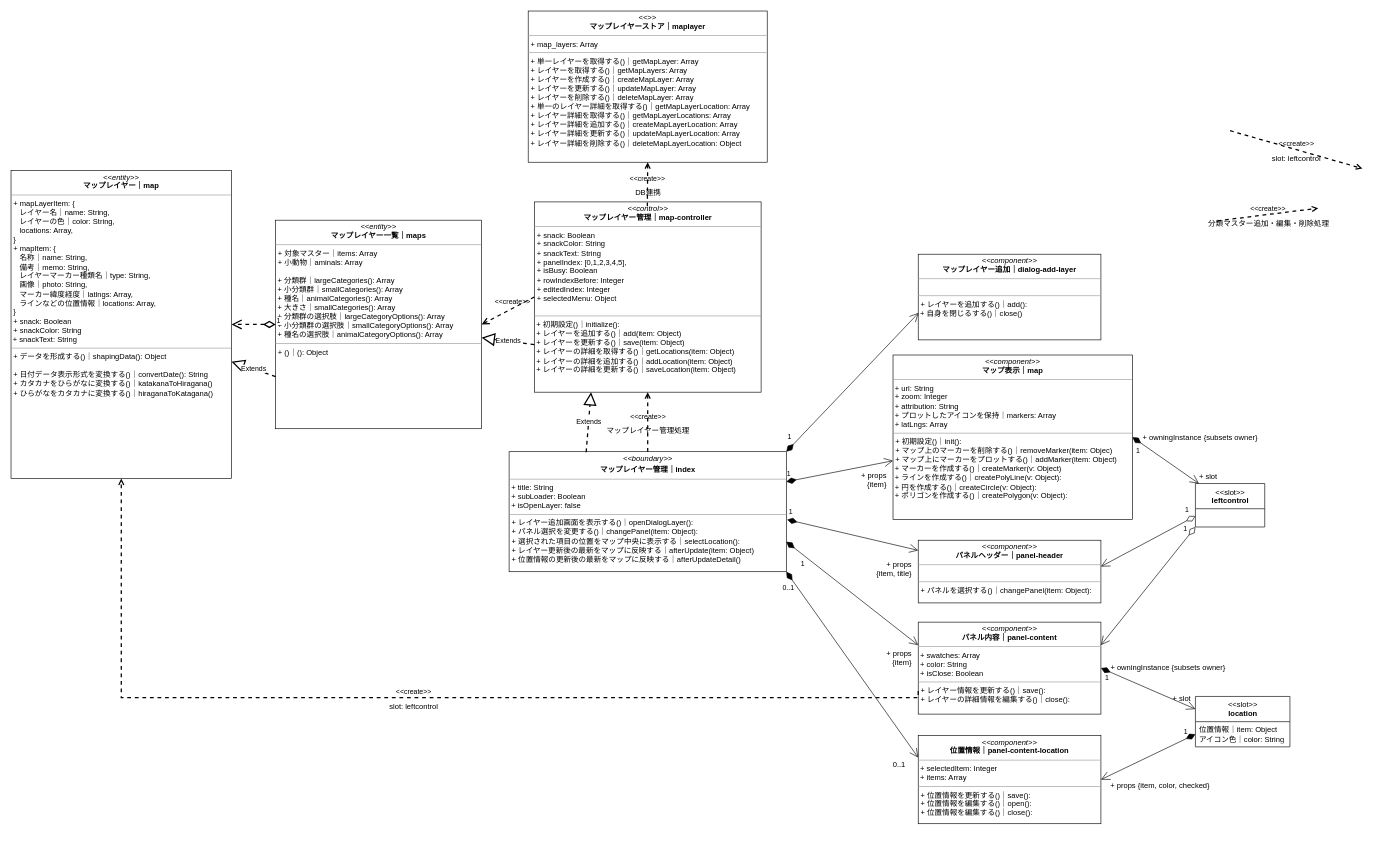
Before: iriomote-anymaps.drawio in kaoru387/draw.io, a draw.io diagram. Source tidied: cells renumbered, new cells numbered last; positions are measured from the earlier drawing's top-left corner, leaving out a move shared by most shapes. Both pictures are drawn from the tidied source at 63%, with x=0, y=0 at pixel (11, 11).
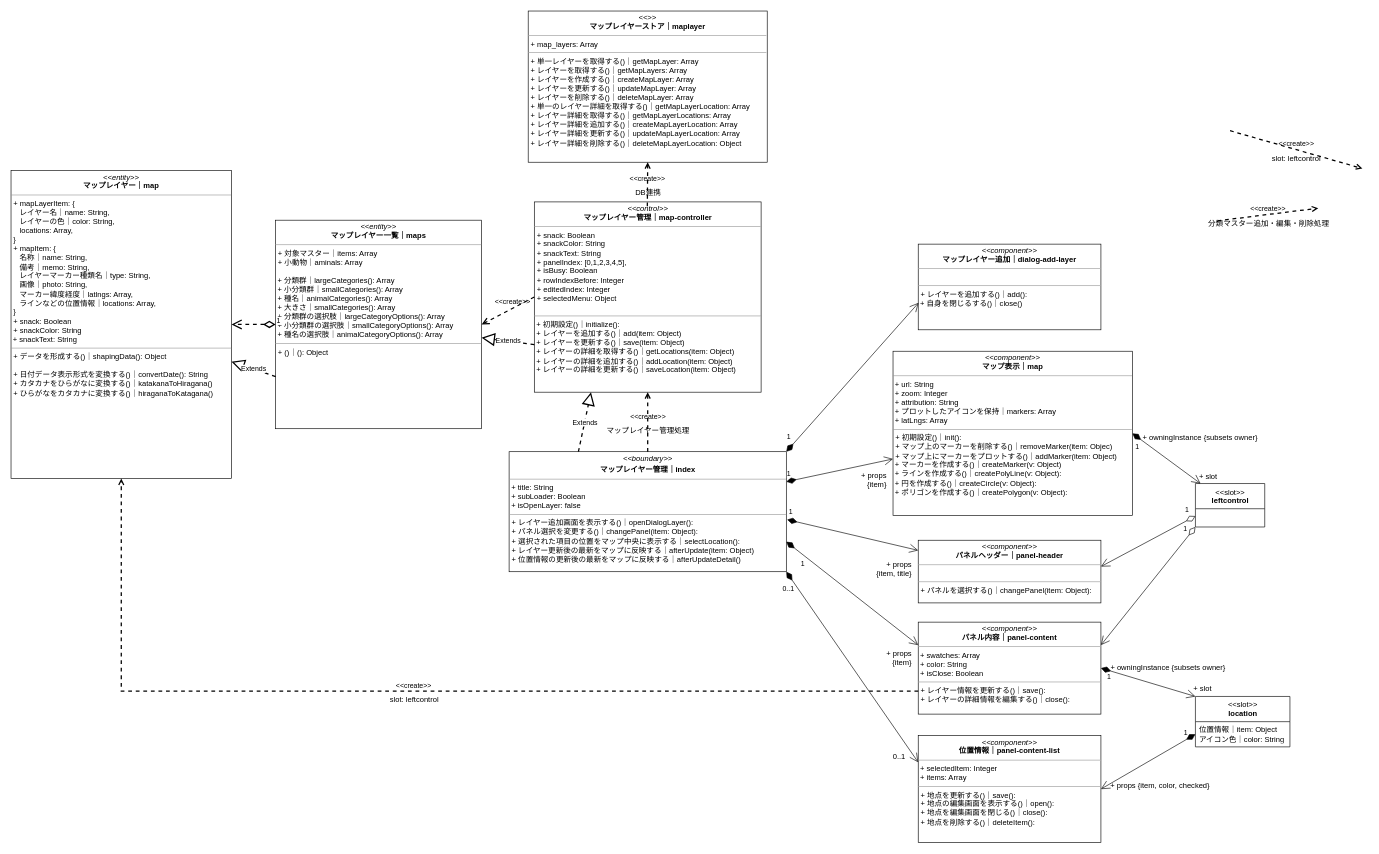
After the change.

Commit message:
iriomote-anymaps.drawio を更新します

The change refers to these unchanged cells:
```xml
<mxCell id="2" value="&lt;p style=&quot;margin:0px;margin-top:4px;text-align:center;&quot;&gt;&lt;i&gt;&amp;lt;&amp;lt;control&amp;gt;&amp;gt;&lt;/i&gt;&lt;br&gt;&lt;b&gt;マップレイヤー管理｜map-controller&lt;/b&gt;&lt;/p&gt;&lt;hr size=&quot;1&quot;&gt;&lt;p style=&quot;margin:0px;margin-left:4px;&quot;&gt;+&amp;nbsp;&lt;span style=&quot;background-color: initial;&quot;&gt;snack: Boolean&lt;/span&gt;&lt;/p&gt;&lt;p style=&quot;margin:0px;margin-left:4px;&quot;&gt;+ snackColor: String&lt;/p&gt;&lt;p style=&quot;margin:0px;margin-left:4px;&quot;&gt;+ snackText: String&lt;/p&gt;&lt;p style=&quot;margin:0px;margin-left:4px;&quot;&gt;+ panelIndex: [0,1,2,3,4,5],&lt;/p&gt;&lt;p style=&quot;margin:0px;margin-left:4px;&quot;&gt;+ isBusy: Boolean&lt;/p&gt;&lt;p style=&quot;margin:0px;margin-left:4px;&quot;&gt;+ rowIndexBefore: Integer&lt;/p&gt;&lt;p style=&quot;margin:0px;margin-left:4px;&quot;&gt;+ editedIndex: Integer&lt;/p&gt;&lt;p style=&quot;margin:0px;margin-left:4px;&quot;&gt;+ selectedMenu: Object&lt;/p&gt;&lt;br&gt;&lt;div&gt;&lt;/div&gt;&lt;hr size=&quot;1&quot;&gt;&lt;p style=&quot;margin:0px;margin-left:4px;&quot;&gt;&lt;/p&gt;&amp;nbsp;+ 初期設定()｜initialize():&amp;nbsp;&lt;br&gt;&amp;nbsp;&lt;span style=&quot;background-color: initial;&quot;&gt;+&amp;nbsp;&lt;/span&gt;レイヤーを追加する()｜&lt;span style=&quot;background-color: initial;&quot;&gt;add(item: Object)&lt;br&gt;&lt;/span&gt;&amp;nbsp;&lt;span style=&quot;background-color: initial;&quot;&gt;+&amp;nbsp;&lt;/span&gt;レイヤーを更新する()｜&lt;span style=&quot;background-color: initial;&quot;&gt;save(item: Object)&lt;/span&gt;&lt;span style=&quot;background-color: initial;&quot;&gt;&lt;br&gt;&lt;/span&gt;&amp;nbsp;&lt;span style=&quot;background-color: initial;&quot;&gt;+&amp;nbsp;&lt;/span&gt;レイヤーの詳細を取得する()｜&lt;span style=&quot;background-color: initial;&quot;&gt;getLocations(item: Object)&lt;br&gt;&lt;/span&gt;&amp;nbsp;&lt;span style=&quot;background-color: initial;&quot;&gt;+&amp;nbsp;&lt;/span&gt;レイヤーの詳細を追加する()｜&lt;span style=&quot;background-color: initial;&quot;&gt;addLocation(item: Object)&lt;br&gt;&lt;/span&gt;&amp;nbsp;&lt;span style=&quot;background-color: initial;&quot;&gt;+&amp;nbsp;&lt;/span&gt;レイヤーの詳細を更新する()｜&lt;span style=&quot;background-color: initial;&quot;&gt;saveLocation(item: Object)&lt;/span&gt;&lt;span style=&quot;background-color: initial;&quot;&gt;&lt;br&gt;&lt;/span&gt;" style="verticalAlign=top;align=left;overflow=fill;fontSize=12;fontFamily=Helvetica;html=1;" parent="1" vertex="1">
  <mxGeometry x="830.6" y="303" width="360" height="302" as="geometry" />
</mxCell>
<mxCell id="3" value="&lt;p style=&quot;margin:0px;margin-top:4px;text-align:center;&quot;&gt;&lt;i&gt;&amp;lt;&amp;lt;entity&amp;gt;&amp;gt;&lt;/i&gt;&lt;br&gt;&lt;b&gt;マップレイヤー｜map&lt;/b&gt;&lt;/p&gt;&lt;hr size=&quot;1&quot;&gt;&lt;p style=&quot;margin:0px;margin-left:4px;&quot;&gt;&lt;span style=&quot;background-color: initial;&quot;&gt;+ mapLayerItem: {&amp;nbsp;&lt;/span&gt;&lt;/p&gt;&lt;p style=&quot;margin:0px;margin-left:4px;&quot;&gt;&lt;span style=&quot;background-color: initial;&quot;&gt;&amp;nbsp; &amp;nbsp;レイヤー名｜name: String,&lt;/span&gt;&lt;br&gt;&lt;/p&gt;&lt;p style=&quot;margin:0px;margin-left:4px;&quot;&gt;&lt;span style=&quot;background-color: initial;&quot;&gt;&amp;nbsp; &amp;nbsp;レイヤーの色｜color: String,&lt;/span&gt;&lt;br&gt;&lt;/p&gt;&lt;p style=&quot;margin:0px;margin-left:4px;&quot;&gt;&lt;span style=&quot;background-color: initial;&quot;&gt;&amp;nbsp; &amp;nbsp;locations: Array,&lt;/span&gt;&lt;br&gt;&lt;/p&gt;&lt;p style=&quot;margin:0px;margin-left:4px;&quot;&gt;}&lt;/p&gt;&lt;p style=&quot;margin: 0px 0px 0px 4px;&quot;&gt;+&amp;nbsp;mapItem: {&lt;/p&gt;&lt;p style=&quot;margin: 0px 0px 0px 4px;&quot;&gt;&amp;nbsp; &amp;nbsp;名称｜name: String,&lt;br&gt;&lt;/p&gt;&lt;p style=&quot;margin: 0px 0px 0px 4px;&quot;&gt;&amp;nbsp; &amp;nbsp;備考｜memo: String,&lt;br&gt;&lt;/p&gt;&lt;p style=&quot;margin: 0px 0px 0px 4px;&quot;&gt;&amp;nbsp; &amp;nbsp;レイヤーマーカー種類名｜type: String,&lt;br&gt;&lt;/p&gt;&lt;p style=&quot;margin: 0px 0px 0px 4px;&quot;&gt;&amp;nbsp; &amp;nbsp;画像｜photo: String,&lt;br&gt;&lt;/p&gt;&lt;p style=&quot;margin: 0px 0px 0px 4px;&quot;&gt;&amp;nbsp; &amp;nbsp;マーカー緯度経度｜latlngs: Array,&lt;br&gt;&lt;/p&gt;&lt;p style=&quot;margin: 0px 0px 0px 4px;&quot;&gt;&amp;nbsp; &amp;nbsp;ラインなどの位置情報｜locations: Array,&lt;br&gt;&lt;/p&gt;&lt;p style=&quot;margin: 0px 0px 0px 4px;&quot;&gt;}&lt;/p&gt;&lt;p style=&quot;margin: 0px 0px 0px 4px;&quot;&gt;&lt;span style=&quot;background-color: initial;&quot;&gt;+&amp;nbsp;snack: Boolean&lt;/span&gt;&lt;br&gt;&lt;/p&gt;&lt;p style=&quot;margin: 0px 0px 0px 4px;&quot;&gt;+&amp;nbsp;snackColor: String&lt;span style=&quot;background-color: initial;&quot;&gt;&lt;br&gt;&lt;/span&gt;&lt;/p&gt;&amp;nbsp;+&amp;nbsp;snackText&lt;span style=&quot;background-color: initial;&quot;&gt;: String&lt;/span&gt;&lt;br&gt;&lt;hr size=&quot;1&quot;&gt;&lt;p style=&quot;margin:0px;margin-left:4px;&quot;&gt;+ データを形成する()｜shapingData(): Object&lt;br&gt;&lt;/p&gt;&lt;p style=&quot;margin:0px;margin-left:4px;&quot;&gt;&lt;br&gt;&lt;/p&gt;&lt;p style=&quot;margin:0px;margin-left:4px;&quot;&gt;+ 日付データ表示形式を変換する()｜convertDate(): String&lt;br&gt;&lt;/p&gt;&lt;p style=&quot;margin:0px;margin-left:4px;&quot;&gt;+ カタカナをひらがなに変換する()｜katakanaToHiragana()&lt;/p&gt;&lt;p style=&quot;margin:0px;margin-left:4px;&quot;&gt;+ ひらがなをカタカナ&lt;span style=&quot;background-color: initial;&quot;&gt;に変換する()｜hiraganaToKatagana()&lt;/span&gt;&lt;/p&gt;" style="verticalAlign=top;align=left;overflow=fill;fontSize=12;fontFamily=Helvetica;html=1;" parent="1" vertex="1">
  <mxGeometry y="253" width="350" height="489" as="geometry" />
</mxCell>
<mxCell id="7" value="&lt;p style=&quot;margin:0px;margin-top:4px;text-align:center;&quot;&gt;&lt;i&gt;&amp;lt;&amp;lt;boundary&amp;gt;&amp;gt;&lt;/i&gt;&lt;b&gt;&lt;br&gt;&lt;/b&gt;&lt;/p&gt;&lt;p style=&quot;margin:0px;margin-top:4px;text-align:center;&quot;&gt;&lt;b&gt;マップレイヤー管理｜index&lt;/b&gt;&lt;/p&gt;&lt;hr size=&quot;1&quot;&gt;&lt;div&gt;&amp;nbsp;+ title: String&lt;/div&gt;&lt;div&gt;&lt;span style=&quot;background-color: initial;&quot;&gt;&amp;nbsp;+ subLoader: Boolean&lt;/span&gt;&lt;/div&gt;&lt;div&gt;&lt;span style=&quot;background-color: initial;&quot;&gt;&amp;nbsp;+ isOpenLayer: false&lt;/span&gt;&lt;/div&gt;&lt;hr size=&quot;1&quot;&gt;&lt;p style=&quot;margin:0px;margin-left:4px;&quot;&gt;+ レイヤー追加画面を表示する()｜openDialogLayer():&amp;nbsp;&lt;span style=&quot;background-color: initial;&quot;&gt;&lt;br&gt;&lt;/span&gt;&lt;/p&gt;&lt;p style=&quot;margin:0px;margin-left:4px;&quot;&gt;+ パネル選択を変更する()｜changePanel(item: Object):&amp;nbsp;&lt;br&gt;&lt;/p&gt;&lt;p style=&quot;margin:0px;margin-left:4px;&quot;&gt;+ 選択された項目の位置をマップ中央に表示する｜selectLocation():&amp;nbsp;&lt;/p&gt;&lt;p style=&quot;margin:0px;margin-left:4px;&quot;&gt;+ レイヤー更新後の最新をマップに反映する｜afterUpdate(item: Object)&lt;/p&gt;&lt;p style=&quot;margin:0px;margin-left:4px;&quot;&gt;+ 位置情報の更新後の最新をマップに反映する｜afterUpdateDetail()&lt;br&gt;&lt;/p&gt;&lt;p style=&quot;margin:0px;margin-left:4px;&quot;&gt;&lt;/p&gt;" style="verticalAlign=top;align=left;overflow=fill;fontSize=12;fontFamily=Helvetica;html=1;" parent="1" vertex="1">
  <mxGeometry x="790.6" y="699.5" width="440" height="190.5" as="geometry" />
</mxCell>
<mxCell id="17" value="&lt;p style=&quot;margin:0px;margin-top:4px;text-align:center;&quot;&gt;&lt;i&gt;&amp;lt;&amp;lt;component&amp;gt;&amp;gt;&lt;/i&gt;&lt;br&gt;&lt;b&gt;パネル内容｜&lt;/b&gt;&lt;b style=&quot;background-color: initial;&quot;&gt;panel-content&lt;/b&gt;&lt;/p&gt;&lt;hr size=&quot;1&quot;&gt;&lt;div&gt;&lt;span style=&quot;background-color: initial;&quot;&gt;&amp;nbsp;+ swatches: Array&lt;/span&gt;&lt;/div&gt;&amp;nbsp;+ color: String&lt;br&gt;&amp;nbsp;+&amp;nbsp;isClose: Boolean&lt;br&gt;&lt;hr size=&quot;1&quot;&gt;&lt;p style=&quot;margin:0px;margin-left:4px;&quot;&gt;&lt;span style=&quot;background-color: initial;&quot;&gt;+ レイヤー情報を更新する()｜save():&amp;nbsp;&lt;/span&gt;&lt;br&gt;&lt;/p&gt;&lt;p style=&quot;margin:0px;margin-left:4px;&quot;&gt;+ レイヤーの詳細情報を編集する()｜close():&amp;nbsp;&lt;span style=&quot;background-color: initial;&quot;&gt;&lt;br&gt;&lt;/span&gt;&lt;/p&gt;" style="verticalAlign=top;align=left;overflow=fill;fontSize=12;fontFamily=Helvetica;html=1;" parent="1" vertex="1">
  <mxGeometry x="1440" y="970" width="290" height="146" as="geometry" />
</mxCell>
<mxCell id="31" value="&amp;lt;&amp;lt;slot&amp;gt;&amp;gt;&lt;br&gt;&lt;b&gt;location&lt;/b&gt;" style="swimlane;fontStyle=0;align=center;verticalAlign=top;horizontal=1;startSize=40;html=1;" parent="1" vertex="1">
  <mxGeometry x="1880" y="1088" width="150" height="80" as="geometry" />
</mxCell>
```

Diff of the diagram source:
```diff
@@
     <mxCell id="5" value="&lt;p style=&quot;margin:0px;margin-top:4px;text-align:center;&quot;&gt;&lt;i&gt;&amp;lt;&amp;lt;&lt;/i&gt;&lt;i&gt;component&lt;/i&gt;&lt;i&gt;&amp;gt;&amp;gt;&lt;/i&gt;&lt;br&gt;&lt;b&gt;マップレイヤー追加｜&lt;/b&gt;&lt;b style=&quot;background-color: initial;&quot;&gt;dialog-add-layer&lt;/b&gt;&lt;/p&gt;&lt;hr size=&quot;1&quot;&gt;&lt;div&gt;&lt;/div&gt;&lt;br&gt;&lt;hr size=&quot;1&quot;&gt;&lt;p style=&quot;margin:0px;margin-left:4px;&quot;&gt;+ レイヤーを追加する()｜add():&amp;nbsp;&lt;/p&gt;&amp;nbsp;+ 自身を閉じるする()｜close()" style="verticalAlign=top;align=left;overflow=fill;fontSize=12;fontFamily=Helvetica;html=1;" parent="1" vertex="1">
-      <mxGeometry x="1440" y="386" width="290" height="136" as="geometry" />
+      <mxGeometry x="1440" y="370" width="290" height="136" as="geometry" />
     </mxCell>
     <mxCell id="6" value="&lt;p style=&quot;margin:0px;margin-top:4px;text-align:center;&quot;&gt;&lt;i&gt;&amp;lt;&amp;lt;&lt;/i&gt;&lt;i&gt;component&lt;/i&gt;&lt;i&gt;&amp;gt;&amp;gt;&lt;/i&gt;&lt;br&gt;&lt;b&gt;マップ表示｜&lt;/b&gt;&lt;b style=&quot;background-color: initial;&quot;&gt;map&lt;/b&gt;&lt;/p&gt;&lt;hr size=&quot;1&quot;&gt;&lt;div&gt;&lt;span style=&quot;background-color: initial;&quot;&gt;&amp;nbsp;+ url: String&lt;/span&gt;&lt;/div&gt;&lt;div&gt;&amp;nbsp;+ zoom: Integer&lt;/div&gt;&amp;nbsp;+&amp;nbsp;&lt;span style=&quot;background-color: initial;&quot;&gt;attribution: String&lt;/span&gt;&lt;br&gt;&amp;nbsp;+ プロットしたアイコンを保持｜&lt;span style=&quot;background-color: initial;&quot;&gt;markers: Array&lt;/span&gt;&lt;br&gt;&amp;nbsp;+&amp;nbsp;&lt;span style=&quot;background-color: initial;&quot;&gt;latLngs: Array&lt;/span&gt;&lt;br&gt;&lt;hr size=&quot;1&quot;&gt;&lt;p style=&quot;margin:0px;margin-left:4px;&quot;&gt;+ 初期設定()｜init():&amp;nbsp;&lt;/p&gt;&lt;p style=&quot;margin:0px;margin-left:4px;&quot;&gt;+ マップ上のマーカーを削除する()｜removeMarker(item: Objec)&lt;br&gt;&lt;/p&gt;&lt;p style=&quot;margin:0px;margin-left:4px;&quot;&gt;+ マップ上にマーカーをプロットする()｜addMarker(item: Object)&lt;br&gt;&lt;/p&gt;&amp;nbsp;+ マーカーを作成する()｜createMarker(v: Object)&lt;br&gt;&amp;nbsp;+ ラインを作成する()｜createPolyLine(v: Object):&amp;nbsp;&lt;br&gt;&amp;nbsp;+ 円を作成する()｜createCircle(v: Object):&amp;nbsp;&lt;br&gt;&amp;nbsp;+ ポリゴンを作成する()｜createPolygon(v: Object):&amp;nbsp;" style="verticalAlign=top;align=left;overflow=fill;fontSize=12;fontFamily=Helvetica;html=1;" parent="1" vertex="1">
-      <mxGeometry x="1400" y="546" width="380" height="261" as="geometry" />
+      <mxGeometry x="1400" y="540" width="380" height="261" as="geometry" />
     </mxCell>
@@
     <mxCell id="20" value="&amp;lt;&amp;lt;create&amp;gt;&amp;gt;" style="endArrow=open;html=1;rounded=0;align=center;verticalAlign=bottom;dashed=1;endFill=0;labelBackgroundColor=none;fontColor=#000000;startSize=22;endSize=6;sourcePerimeterSpacing=0;targetPerimeterSpacing=0;strokeWidth=2;jumpSize=6;entryX=0.5;entryY=1;entryDx=0;entryDy=0;exitX=0;exitY=0.75;exitDx=0;exitDy=0;edgeStyle=orthogonalEdgeStyle;" parent="1" edge="1" source="17" target="3">
       <mxGeometry relative="1" as="geometry">
         <Array as="points">
-          <mxPoint x="175" y="1090" />
+          <mxPoint x="175" y="1080" />
         </Array>
       </mxGeometry>
     </mxCell>
@@
-    <mxCell id="25" value="&lt;p style=&quot;margin:0px;margin-top:4px;text-align:center;&quot;&gt;&lt;i&gt;&amp;lt;&amp;lt;&lt;/i&gt;&lt;i&gt;component&lt;/i&gt;&lt;i&gt;&amp;gt;&amp;gt;&lt;/i&gt;&lt;br&gt;&lt;b&gt;位置情報｜&lt;/b&gt;&lt;b style=&quot;background-color: initial;&quot;&gt;panel-content-location&lt;/b&gt;&lt;/p&gt;&lt;hr size=&quot;1&quot;&gt;&lt;div&gt;&lt;span style=&quot;background-color: initial;&quot;&gt;&amp;nbsp;+ selectedItem: Integer&lt;/span&gt;&lt;/div&gt;&lt;div&gt;&lt;/div&gt;&amp;nbsp;+ items: Array&lt;br&gt;&lt;hr size=&quot;1&quot;&gt;&lt;p style=&quot;margin:0px;margin-left:4px;&quot;&gt;&lt;span style=&quot;background-color: initial;&quot;&gt;+&amp;nbsp;&lt;/span&gt;位置&lt;span style=&quot;background-color: initial;&quot;&gt;情報を更新する()｜save():&amp;nbsp;&lt;/span&gt;&lt;br&gt;&lt;/p&gt;&lt;p style=&quot;margin:0px;margin-left:4px;&quot;&gt;+ 位置情報を編集する()｜open():&amp;nbsp;&lt;span style=&quot;background-color: initial;&quot;&gt;&lt;br&gt;&lt;/span&gt;&lt;/p&gt;&lt;p style=&quot;margin:0px;margin-left:4px;&quot;&gt;+ 位置情報を編集する()｜close():&amp;nbsp;&lt;br&gt;&lt;/p&gt;" style="verticalAlign=top;align=left;overflow=fill;fontSize=12;fontFamily=Helvetica;html=1;" parent="1" vertex="1">
-      <mxGeometry x="1440" y="1150" width="290" height="140" as="geometry" />
+    <mxCell id="25" value="&lt;p style=&quot;margin:0px;margin-top:4px;text-align:center;&quot;&gt;&lt;i&gt;&amp;lt;&amp;lt;&lt;/i&gt;&lt;i&gt;component&lt;/i&gt;&lt;i&gt;&amp;gt;&amp;gt;&lt;/i&gt;&lt;br&gt;&lt;b&gt;位置情報｜&lt;/b&gt;&lt;b style=&quot;background-color: initial;&quot;&gt;panel-content-list&lt;/b&gt;&lt;/p&gt;&lt;hr size=&quot;1&quot;&gt;&lt;div&gt;&lt;span style=&quot;background-color: initial;&quot;&gt;&amp;nbsp;+ selectedItem: Integer&lt;/span&gt;&lt;/div&gt;&lt;div&gt;&lt;/div&gt;&amp;nbsp;+ items: Array&lt;br&gt;&lt;hr size=&quot;1&quot;&gt;&lt;p style=&quot;margin:0px;margin-left:4px;&quot;&gt;&lt;span style=&quot;background-color: initial;&quot;&gt;+ 地点&lt;/span&gt;&lt;span style=&quot;background-color: initial;&quot;&gt;を更新する()｜save():&amp;nbsp;&lt;/span&gt;&lt;br&gt;&lt;/p&gt;&lt;p style=&quot;margin:0px;margin-left:4px;&quot;&gt;+ 地点の編集画面を表示する()｜open():&amp;nbsp;&lt;span style=&quot;background-color: initial;&quot;&gt;&lt;br&gt;&lt;/span&gt;&lt;/p&gt;&lt;p style=&quot;margin:0px;margin-left:4px;&quot;&gt;+ 地点を編集画面を閉じる()｜close():&amp;nbsp;&lt;br&gt;&lt;/p&gt;&lt;p style=&quot;margin:0px;margin-left:4px;&quot;&gt;+ 地点を削除する()｜deleteItem():&amp;nbsp;&lt;br&gt;&lt;/p&gt;" style="verticalAlign=top;align=left;overflow=fill;fontSize=12;fontFamily=Helvetica;html=1;" parent="1" vertex="1">
+      <mxGeometry x="1440" y="1150" width="290" height="170" as="geometry" />
     </mxCell>
@@
-    <mxCell id="33" value="1" style="endArrow=open;html=1;endSize=12;startArrow=diamondThin;startSize=14;startFill=1;align=left;verticalAlign=bottom;rounded=0;exitX=1;exitY=0.5;exitDx=0;exitDy=0;entryX=0;entryY=0.25;entryDx=0;entryDy=0;" parent="1" edge="1" source="17" target="31">
+    <mxCell id="33" value="1" style="endArrow=open;html=1;endSize=12;startArrow=diamondThin;startSize=14;startFill=1;align=left;verticalAlign=bottom;rounded=0;exitX=1;exitY=0.5;exitDx=0;exitDy=0;entryX=0;entryY=0;entryDx=0;entryDy=0;" parent="1" edge="1" source="17" target="31">
       <mxGeometry x="-0.84" y="-20" relative="1" as="geometry">
         <mxPoint x="1" as="offset" />
       </mxGeometry>
     </mxCell>
@@
     <mxCell id="36" value="0..1" style="html=1;align=left;verticalAlign=top;labelBackgroundColor=none;" parent="1" vertex="1">
-      <mxGeometry x="1407.2" y="1179.5" as="geometry">
+      <mxGeometry x="1407.2" y="1168" as="geometry">
         <mxPoint x="-9" y="2" as="offset" />
       </mxGeometry>
     </mxCell>
@@
     <mxCell id="43" value="+ slot" style="html=1;align=left;verticalAlign=top;labelBackgroundColor=none;" parent="1" vertex="1">
-      <mxGeometry x="1837" y="1085" as="geometry">
+      <mxGeometry x="1870" y="1070" as="geometry">
         <mxPoint x="5" y="-8" as="offset" />
       </mxGeometry>
     </mxCell>
@@
-    <mxCell id="48" value="Extends" style="endArrow=block;endSize=16;endFill=0;html=1;rounded=0;dashed=1;fontColor=#000000;sourcePerimeterSpacing=0;targetPerimeterSpacing=0;strokeWidth=2;jumpSize=6;exitX=0.278;exitY=0.004;exitDx=0;exitDy=0;exitPerimeter=0;entryX=0.25;entryY=1;entryDx=0;entryDy=0;" parent="1" edge="1" source="7" target="2">
+    <mxCell id="48" value="Extends" style="endArrow=block;endSize=16;endFill=0;html=1;rounded=0;dashed=1;fontColor=#000000;sourcePerimeterSpacing=0;targetPerimeterSpacing=0;strokeWidth=2;jumpSize=6;exitX=0.25;exitY=0;exitDx=0;exitDy=0;entryX=0.25;entryY=1;entryDx=0;entryDy=0;" parent="1" edge="1" source="7" target="2">
       <mxGeometry relative="1" as="geometry" />
     </mxCell>
```
